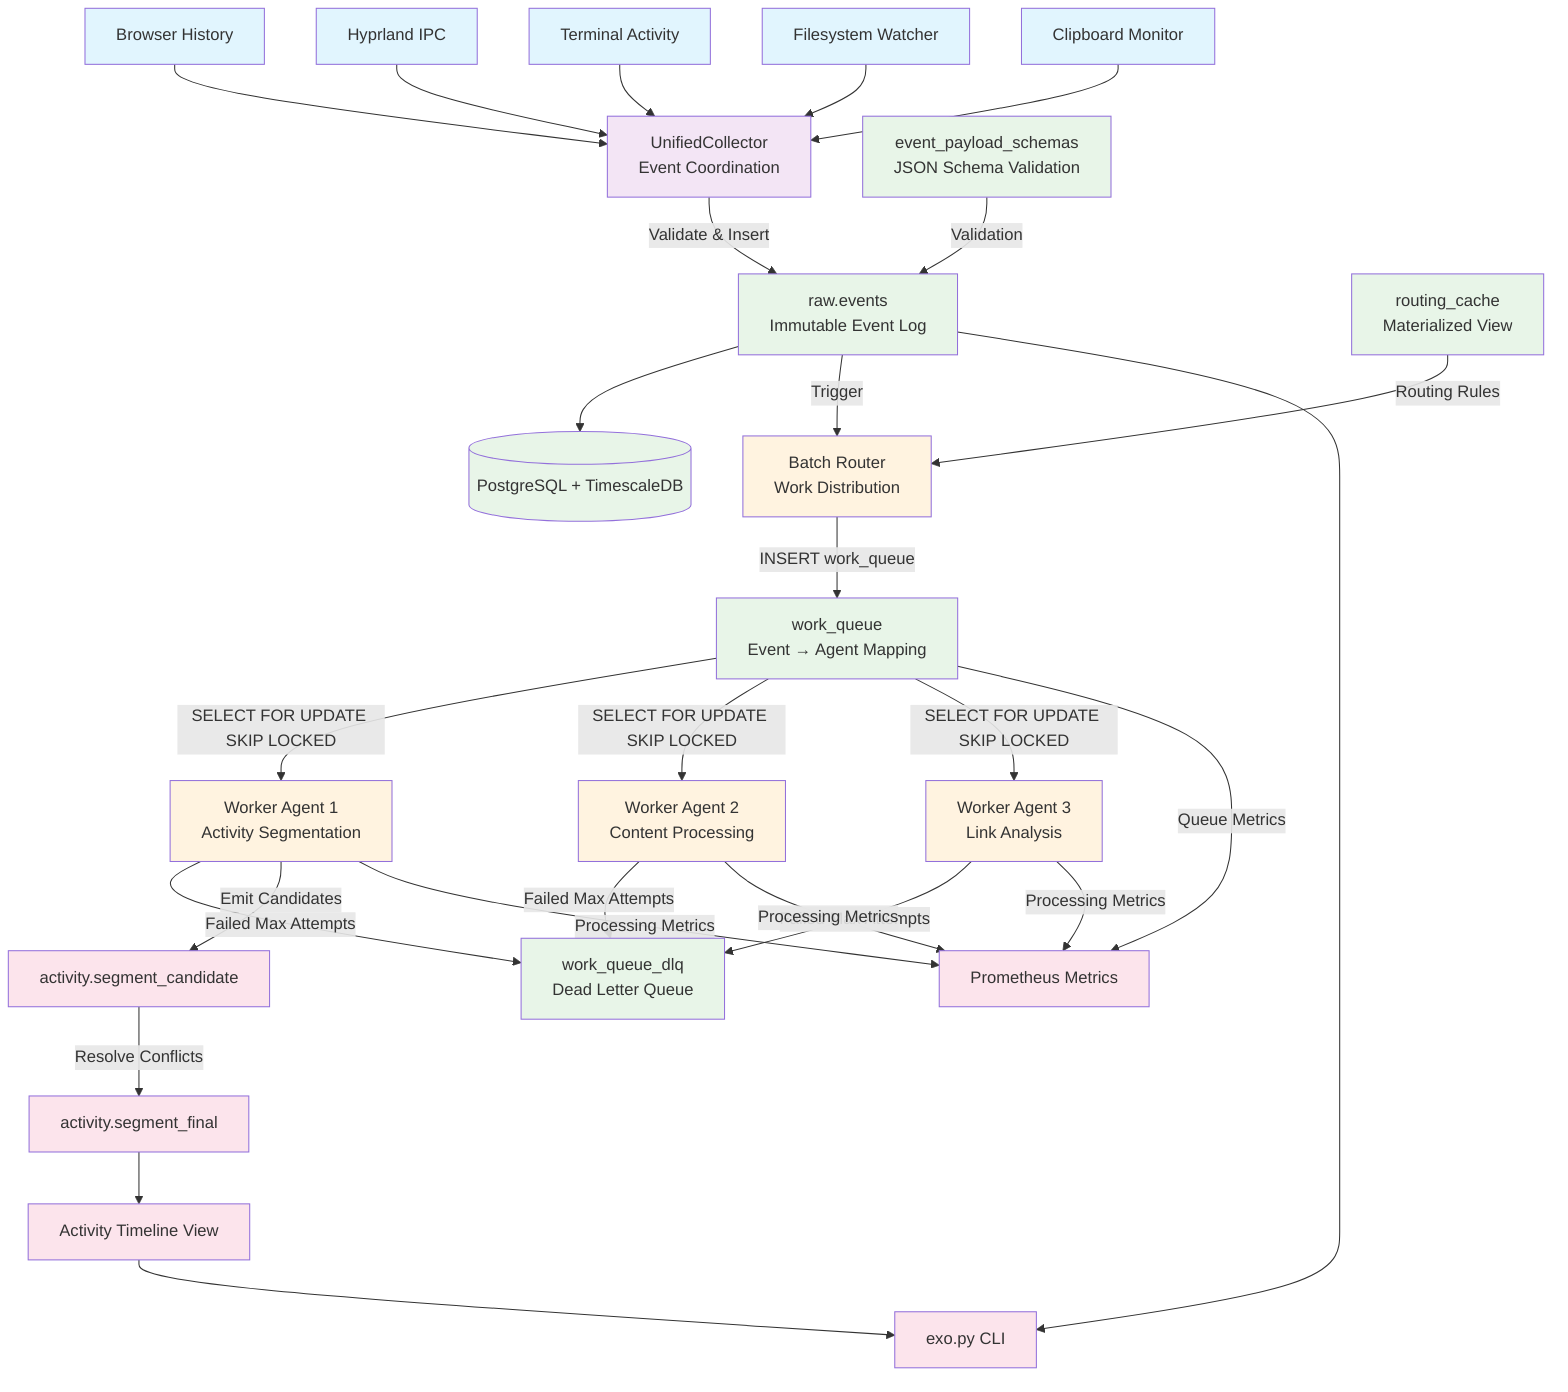
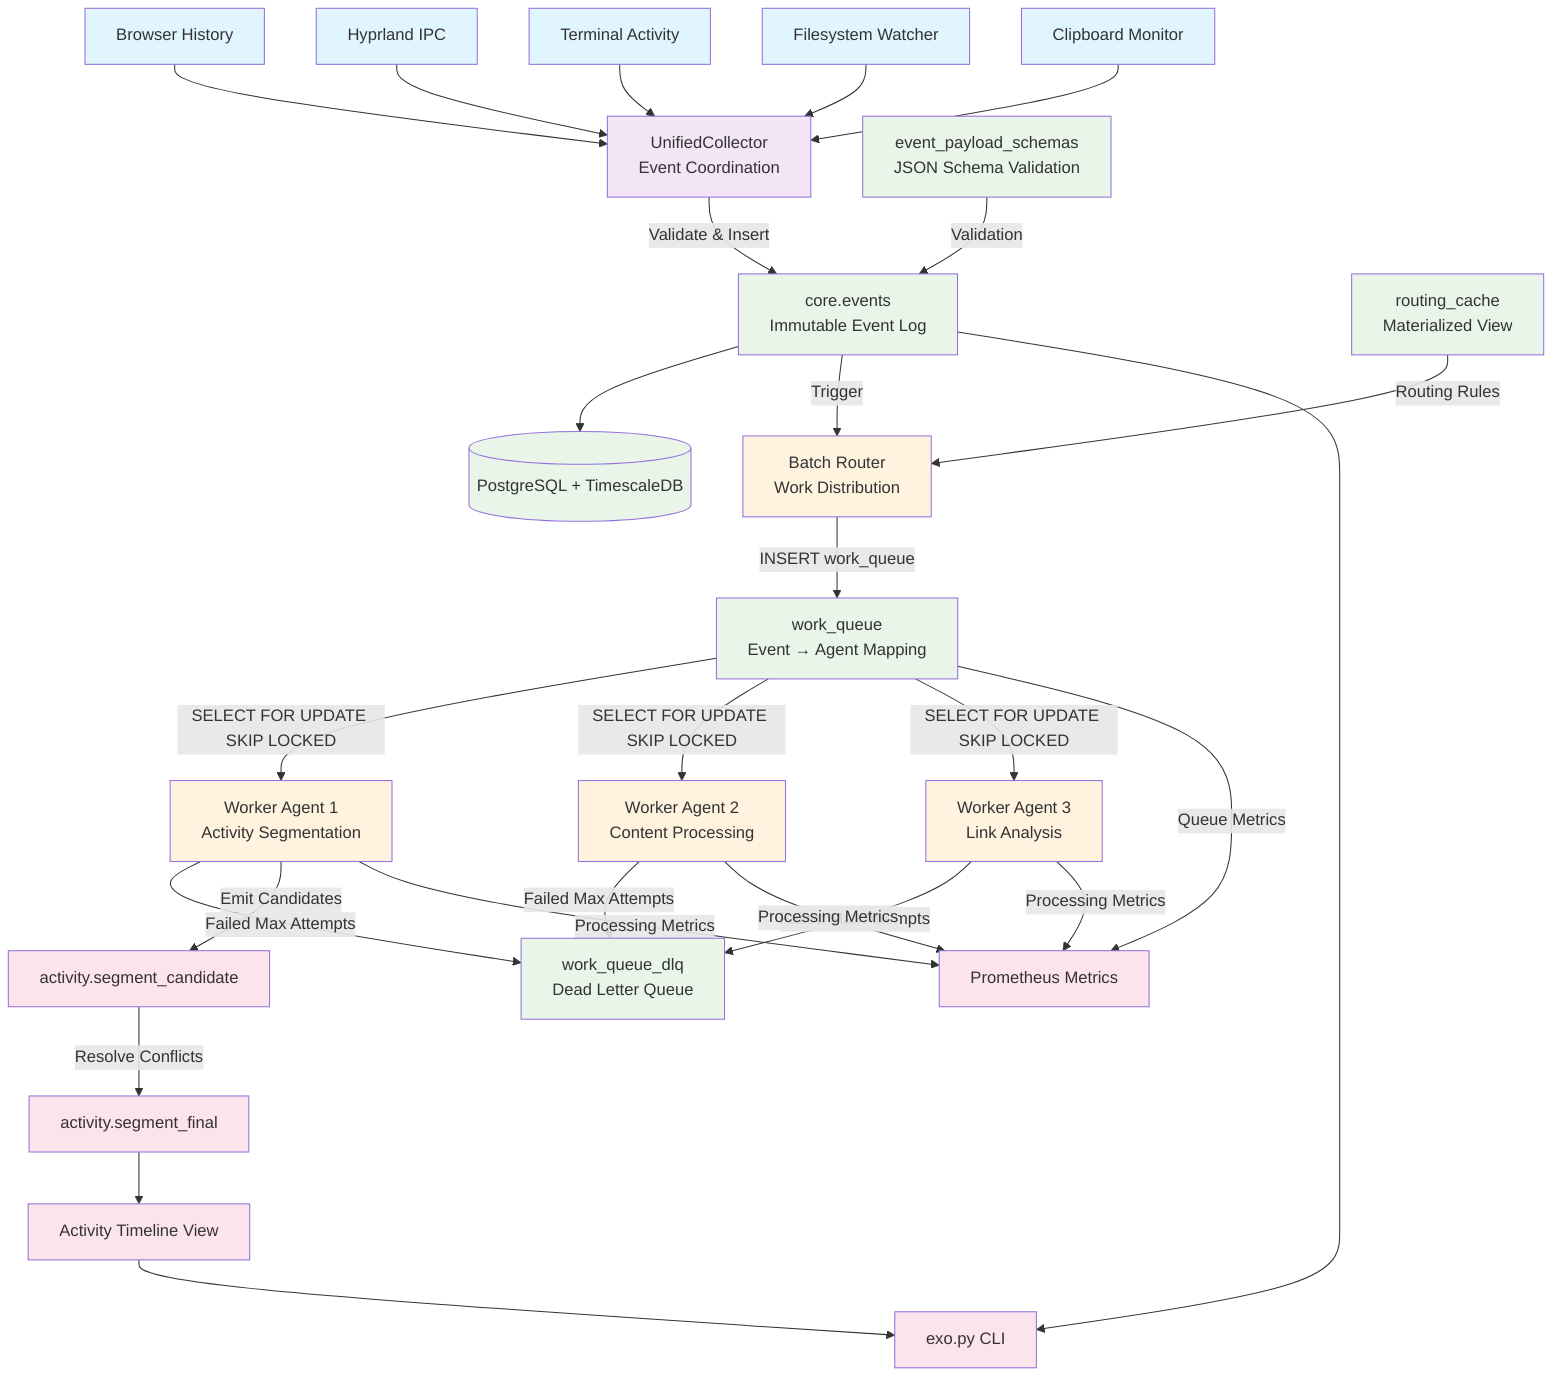
graph TD
    %% Event Sources
    Browser[Browser History]
    Hyprland[Hyprland IPC]
    Terminal[Terminal Activity]
    Filesystem[Filesystem Watcher]
    Clipboard[Clipboard Monitor]

    %% Collection Layer
    UC[UnifiedCollector<br/>Event Coordination]

    %% Data Layer
    DB[(PostgreSQL + TimescaleDB)]
-     Events[raw.events<br/>Immutable Event Log]
+     Events[core.events<br/>Immutable Event Log]
    Schemas[event_payload_schemas<br/>JSON Schema Validation]

    %% Routing Layer
    RC[routing_cache<br/>Materialized View]
    Router[Batch Router<br/>Work Distribution]
    WQ[work_queue<br/>Event → Agent Mapping]
    DLQ[work_queue_dlq<br/>Dead Letter Queue]

    %% Processing Layer
    W1[Worker Agent 1<br/>Activity Segmentation]
    W2[Worker Agent 2<br/>Content Processing]
    W3[Worker Agent 3<br/>Link Analysis]

    %% Output Layer
    Segments[activity.segment_candidate]
    Final[activity.segment_final]
    Timeline[Activity Timeline View]

    %% Query Interface
    CLI[exo.py CLI]
    Metrics[Prometheus Metrics]

    %% Event Flow
    Browser --> UC
    Hyprland --> UC
    Terminal --> UC
    Filesystem --> UC
    Clipboard --> UC

    UC --> |Validate & Insert| Events
    Events --> DB
    Schemas --> |Validation| Events

    %% Work Distribution
    Events --> |Trigger| Router
    RC --> |Routing Rules| Router
    Router --> |INSERT work_queue| WQ

    %% Processing
    WQ --> |SELECT FOR UPDATE SKIP LOCKED| W1
    WQ --> |SELECT FOR UPDATE SKIP LOCKED| W2
    WQ --> |SELECT FOR UPDATE SKIP LOCKED| W3

    W1 --> |Failed Max Attempts| DLQ
    W2 --> |Failed Max Attempts| DLQ
    W3 --> |Failed Max Attempts| DLQ

    %% Segmentation Flow
    W1 --> |Emit Candidates| Segments
    Segments --> |Resolve Conflicts| Final
    Final --> Timeline

    %% Query Layer
    Timeline --> CLI
    Events --> CLI
    WQ --> |Queue Metrics| Metrics
    W1 --> |Processing Metrics| Metrics
    W2 --> |Processing Metrics| Metrics
    W3 --> |Processing Metrics| Metrics

    %% Styling
    classDef source fill:#e1f5fe
    classDef collection fill:#f3e5f5
    classDef storage fill:#e8f5e8
    classDef processing fill:#fff3e0
    classDef output fill:#fce4ec

    class Browser,Hyprland,Terminal,Filesystem,Clipboard source
    class UC collection
    class DB,Events,Schemas,RC,WQ,DLQ storage
    class Router,W1,W2,W3 processing
    class Segments,Final,Timeline,CLI,Metrics output